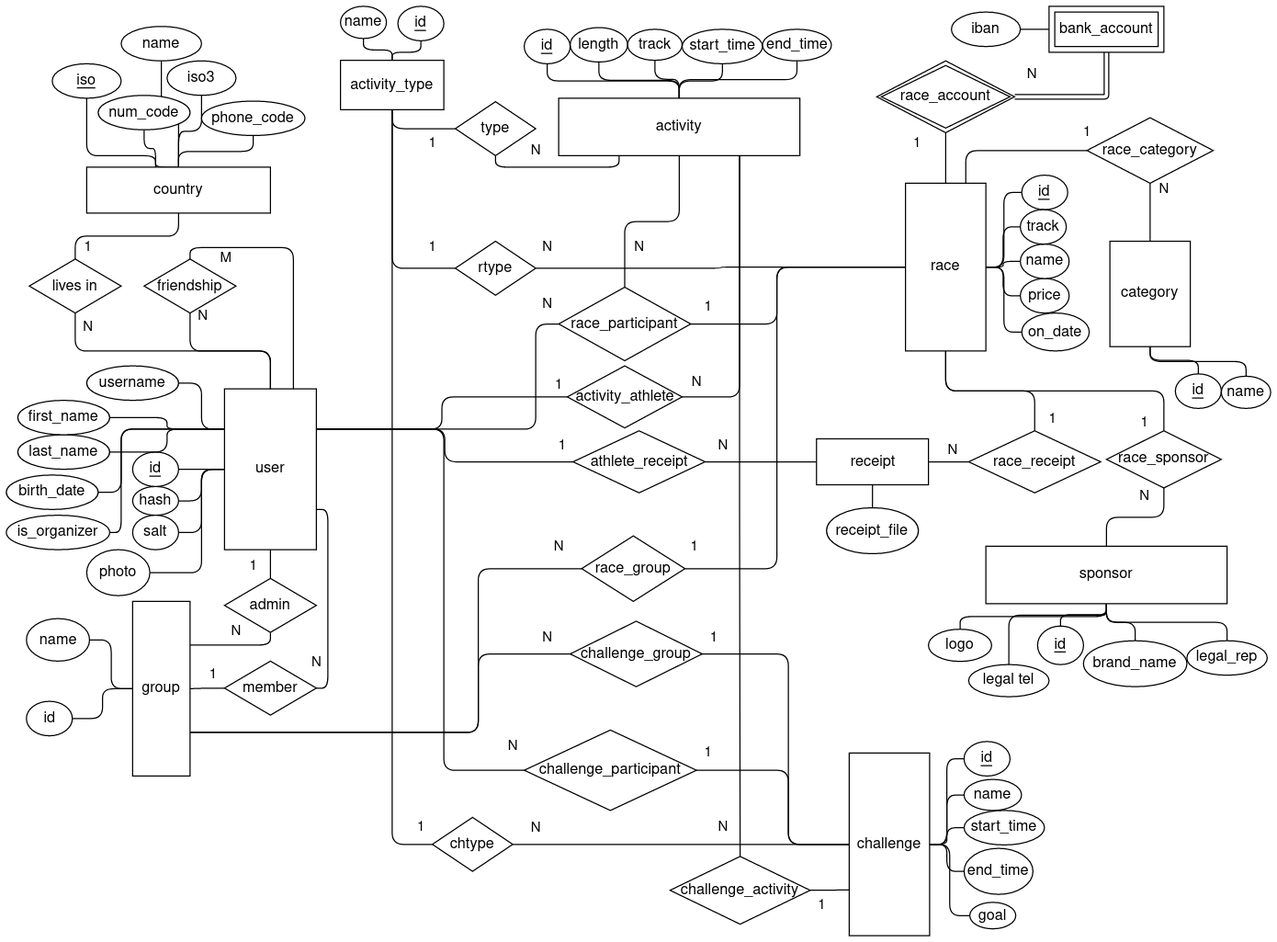
The draw.io diagram docs/imgs/diagramas-Conceptual.png in itcr3442/CE3101-StraviaTec, before a commit. Source tidied: cells renumbered, new cells last; positions are measured from the earlier drawing's top-left corner, leaving out a move shared by most shapes.
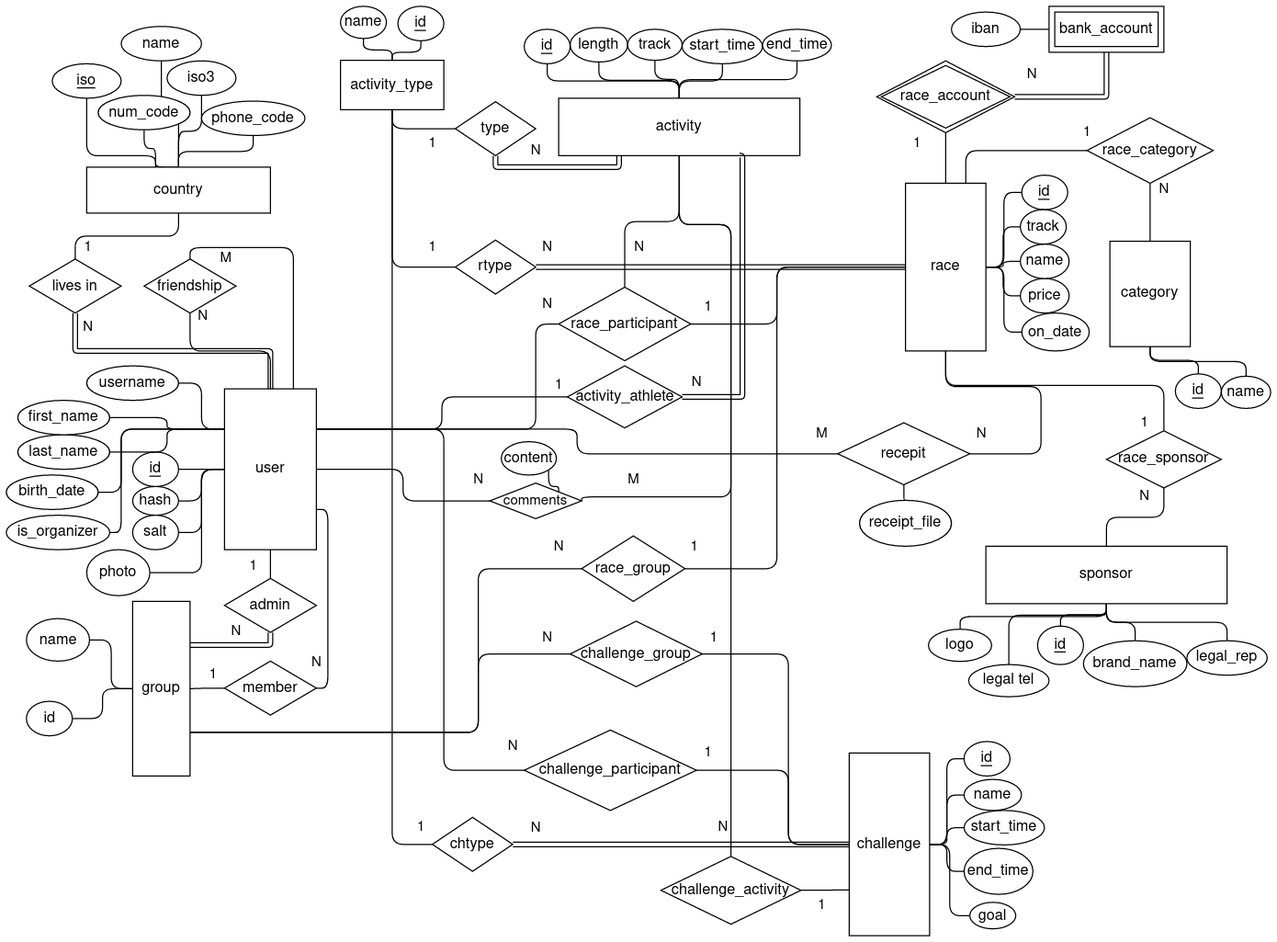
Above is the later version.

Commit message:
add conceptual model mapping doc

Diff of the diagram source:
```diff
@@ -21,6 +21,9 @@
         </Array>
       </mxGeometry>
     </mxCell>
+    <mxCell id="189" style="edgeStyle=orthogonalEdgeStyle;html=1;exitX=1;exitY=0.5;exitDx=0;exitDy=0;entryX=0;entryY=0.5;entryDx=0;entryDy=0;endArrow=none;endFill=0;" parent="1" edge="1" source="5" target="193">
+      <mxGeometry relative="1" as="geometry" />
+    </mxCell>
     <mxCell id="5" value="user" style="rounded=0;whiteSpace=wrap;html=1;fontSize=13;" parent="1" vertex="1">
       <mxGeometry x="190" y="333" width="80" height="140" as="geometry" />
     </mxCell>
@@ -175,7 +178,7 @@
     <mxCell id="48" value="country" style="rounded=0;whiteSpace=wrap;html=1;fontSize=13;" parent="1" vertex="1">
       <mxGeometry x="70" y="140" width="160" height="40" as="geometry" />
     </mxCell>
-    <mxCell id="49" style="edgeStyle=orthogonalEdgeStyle;html=1;exitX=0.5;exitY=1;exitDx=0;exitDy=0;entryX=0.5;entryY=0;entryDx=0;entryDy=0;fontSize=13;endArrow=none;endFill=0;" parent="1" edge="1" source="50" target="5">
+    <mxCell id="49" style="edgeStyle=orthogonalEdgeStyle;html=1;exitX=0.5;exitY=1;exitDx=0;exitDy=0;entryX=0.5;entryY=0;entryDx=0;entryDy=0;fontSize=13;endArrow=none;endFill=0;shape=link;" parent="1" edge="1" source="50" target="5">
       <mxGeometry relative="1" as="geometry">
         <Array as="points">
           <mxPoint x="60" y="300" />
@@ -207,8 +210,13 @@
     <mxCell id="57" value="activity_type" style="rounded=0;whiteSpace=wrap;html=1;fontSize=13;" parent="1" vertex="1">
       <mxGeometry x="291" y="47" width="90" height="43" as="geometry" />
     </mxCell>
-    <mxCell id="58" style="edgeStyle=orthogonalEdgeStyle;html=1;exitX=0.75;exitY=1;exitDx=0;exitDy=0;entryX=0.5;entryY=0;entryDx=0;entryDy=0;fontSize=13;endArrow=none;endFill=0;" parent="1" edge="1" source="59" target="148">
-      <mxGeometry relative="1" as="geometry" />
+    <mxCell id="58" style="edgeStyle=orthogonalEdgeStyle;html=1;exitX=0.5;exitY=1;exitDx=0;exitDy=0;entryX=0.5;entryY=0;entryDx=0;entryDy=0;fontSize=13;endArrow=none;endFill=0;" parent="1" edge="1" source="59" target="148">
+      <mxGeometry relative="1" as="geometry">
+        <Array as="points">
+          <mxPoint x="586" y="190" />
+          <mxPoint x="631" y="190" />
+        </Array>
+      </mxGeometry>
     </mxCell>
     <mxCell id="59" value="activity" style="rounded=0;whiteSpace=wrap;html=1;fontSize=13;" parent="1" vertex="1">
       <mxGeometry x="481" y="80" width="210" height="50" as="geometry" />
@@ -235,11 +243,13 @@
     <mxCell id="63" value="sponsor" style="rounded=0;whiteSpace=wrap;html=1;fontSize=13;" parent="1" vertex="1">
       <mxGeometry x="853" y="470" width="210" height="50" as="geometry" />
     </mxCell>
-    <mxCell id="64" style="edgeStyle=orthogonalEdgeStyle;html=1;exitX=0.5;exitY=1;exitDx=0;exitDy=0;entryX=0.5;entryY=0;entryDx=0;entryDy=0;fontSize=13;endArrow=none;endFill=0;" parent="1" edge="1" source="66" target="130">
-      <mxGeometry relative="1" as="geometry" />
-    </mxCell>
     <mxCell id="65" style="edgeStyle=orthogonalEdgeStyle;html=1;exitX=0.5;exitY=1;exitDx=0;exitDy=0;entryX=0.5;entryY=0;entryDx=0;entryDy=0;fontSize=13;endArrow=none;endFill=0;" parent="1" edge="1" source="66" target="105">
-      <mxGeometry relative="1" as="geometry" />
+      <mxGeometry relative="1" as="geometry">
+        <Array as="points">
+          <mxPoint x="818" y="330" />
+          <mxPoint x="1008" y="330" />
+        </Array>
+      </mxGeometry>
     </mxCell>
     <mxCell id="66" value="race" style="rounded=0;whiteSpace=wrap;html=1;fontSize=13;" parent="1" vertex="1">
       <mxGeometry x="783" y="154" width="70" height="146" as="geometry" />
@@ -250,15 +260,6 @@
     <mxCell id="68" value="challenge" style="rounded=0;whiteSpace=wrap;html=1;fontSize=13;" parent="1" vertex="1">
       <mxGeometry x="734" y="650" width="70" height="159" as="geometry" />
     </mxCell>
-    <mxCell id="69" style="edgeStyle=orthogonalEdgeStyle;html=1;exitX=1;exitY=0.5;exitDx=0;exitDy=0;entryX=0;entryY=0.5;entryDx=0;entryDy=0;fontSize=13;endArrow=none;endFill=0;" parent="1" edge="1" source="71" target="130">
-      <mxGeometry relative="1" as="geometry" />
-    </mxCell>
-    <mxCell id="70" style="edgeStyle=orthogonalEdgeStyle;html=1;exitX=0;exitY=0.5;exitDx=0;exitDy=0;entryX=1;entryY=0.5;entryDx=0;entryDy=0;fontSize=13;endArrow=none;endFill=0;" parent="1" edge="1" source="71" target="132">
-      <mxGeometry relative="1" as="geometry" />
-    </mxCell>
-    <mxCell id="71" value="receipt" style="rounded=0;whiteSpace=wrap;html=1;fontSize=13;" parent="1" vertex="1">
-      <mxGeometry x="705.5" y="376.5" width="97.5" height="40" as="geometry" />
-    </mxCell>
     <mxCell id="72" style="edgeStyle=orthogonalEdgeStyle;html=1;exitX=0.5;exitY=1;exitDx=0;exitDy=0;entryX=0.5;entryY=0;entryDx=0;entryDy=0;fontSize=13;endArrow=none;endFill=0;" parent="1" edge="1" source="73" target="57">
       <mxGeometry relative="1" as="geometry" />
     </mxCell>
@@ -301,7 +302,7 @@
     <mxCell id="85" value="name" style="ellipse;whiteSpace=wrap;html=1;fontSize=13;" parent="1" vertex="1">
       <mxGeometry x="17.5" y="533" width="55" height="37" as="geometry" />
     </mxCell>
-    <mxCell id="86" style="edgeStyle=orthogonalEdgeStyle;html=1;exitX=0.5;exitY=1;exitDx=0;exitDy=0;entryX=1;entryY=0.25;entryDx=0;entryDy=0;fontSize=13;endArrow=none;endFill=0;" parent="1" edge="1" source="88" target="62">
+    <mxCell id="86" style="edgeStyle=orthogonalEdgeStyle;html=1;exitX=0.5;exitY=1;exitDx=0;exitDy=0;entryX=1;entryY=0.25;entryDx=0;entryDy=0;fontSize=13;endArrow=none;endFill=0;shape=link;" parent="1" edge="1" source="88" target="62">
       <mxGeometry relative="1" as="geometry" />
     </mxCell>
     <mxCell id="87" style="edgeStyle=orthogonalEdgeStyle;html=1;exitX=0.5;exitY=0;exitDx=0;exitDy=0;entryX=0.5;entryY=1;entryDx=0;entryDy=0;fontSize=13;endArrow=none;endFill=0;" parent="1" edge="1" source="88" target="5">
@@ -310,7 +311,7 @@
     <mxCell id="88" value="admin" style="rhombus;whiteSpace=wrap;html=1;fontSize=13;" parent="1" vertex="1">
       <mxGeometry x="190" y="498" width="80" height="47" as="geometry" />
     </mxCell>
-    <mxCell id="89" style="edgeStyle=orthogonalEdgeStyle;html=1;exitX=0.5;exitY=1;exitDx=0;exitDy=0;entryX=0.25;entryY=1;entryDx=0;entryDy=0;fontSize=13;endArrow=none;endFill=0;" parent="1" edge="1" source="90" target="59">
+    <mxCell id="89" style="edgeStyle=orthogonalEdgeStyle;html=1;exitX=0.5;exitY=1;exitDx=0;exitDy=0;entryX=0.25;entryY=1;entryDx=0;entryDy=0;fontSize=13;endArrow=none;endFill=0;shape=link;" parent="1" edge="1" source="90" target="59">
       <mxGeometry relative="1" as="geometry" />
     </mxCell>
     <mxCell id="90" value="type" style="rhombus;whiteSpace=wrap;html=1;fontSize=13;" parent="1" vertex="1">
@@ -371,11 +372,11 @@
     <mxCell id="105" value="race_sponsor" style="shape=rhombus;perimeter=rhombusPerimeter;whiteSpace=wrap;html=1;align=center;shadow=0;fontSize=13;strokeColor=default;gradientColor=none;" parent="1" vertex="1">
       <mxGeometry x="958" y="369.5" width="100" height="49.8" as="geometry" />
     </mxCell>
-    <mxCell id="106" style="edgeStyle=orthogonalEdgeStyle;html=1;exitX=1;exitY=0.5;exitDx=0;exitDy=0;entryX=0;entryY=0.5;entryDx=0;entryDy=0;fontSize=13;endArrow=none;endFill=0;" parent="1" edge="1" source="107" target="66">
+    <mxCell id="106" style="edgeStyle=orthogonalEdgeStyle;html=1;exitX=1;exitY=0.5;exitDx=0;exitDy=0;entryX=0;entryY=0.5;entryDx=0;entryDy=0;fontSize=13;endArrow=none;endFill=0;shape=link;" parent="1" edge="1" source="107" target="66">
       <mxGeometry relative="1" as="geometry" />
     </mxCell>
     <mxCell id="107" value="rtype" style="rhombus;whiteSpace=wrap;html=1;fontSize=13;" parent="1" vertex="1">
-      <mxGeometry x="391" y="204.5" width="70" height="47" as="geometry" />
+      <mxGeometry x="391" y="203.5" width="70" height="47" as="geometry" />
     </mxCell>
     <mxCell id="108" style="edgeStyle=orthogonalEdgeStyle;html=1;exitX=0;exitY=0.5;exitDx=0;exitDy=0;entryX=1;entryY=0.5;entryDx=0;entryDy=0;fontSize=13;endArrow=none;endFill=0;" parent="1" edge="1" source="109" target="66">
       <mxGeometry relative="1" as="geometry" />
@@ -383,11 +384,11 @@
     <mxCell id="109" value="&lt;u&gt;id&lt;/u&gt;" style="ellipse;whiteSpace=wrap;html=1;fontSize=13;" parent="1" vertex="1">
       <mxGeometry x="884.2" y="147" width="40" height="30" as="geometry" />
     </mxCell>
-    <mxCell id="110" style="edgeStyle=orthogonalEdgeStyle;html=1;exitX=0.5;exitY=0;exitDx=0;exitDy=0;entryX=0.5;entryY=1;entryDx=0;entryDy=0;fontSize=13;endArrow=none;endFill=0;" parent="1" edge="1" source="111" target="71">
+    <mxCell id="110" style="edgeStyle=orthogonalEdgeStyle;html=1;exitX=0.5;exitY=0;exitDx=0;exitDy=0;entryX=0.5;entryY=1;entryDx=0;entryDy=0;fontSize=13;endArrow=none;endFill=0;" parent="1" edge="1" source="111" target="132">
       <mxGeometry relative="1" as="geometry" />
     </mxCell>
     <mxCell id="111" value="receipt_file" style="ellipse;whiteSpace=wrap;html=1;fontSize=13;" parent="1" vertex="1">
-      <mxGeometry x="714.2" y="436.5" width="80" height="40" as="geometry" />
+      <mxGeometry x="743" y="430" width="80" height="40" as="geometry" />
     </mxCell>
     <mxCell id="112" style="edgeStyle=orthogonalEdgeStyle;html=1;exitX=0;exitY=0.5;exitDx=0;exitDy=0;entryX=1;entryY=0.5;entryDx=0;entryDy=0;fontSize=13;endArrow=none;endFill=0;" parent="1" edge="1" source="113" target="68">
       <mxGeometry relative="1" as="geometry" />
@@ -436,7 +437,7 @@
     <mxCell id="125" value="end_time" style="ellipse;whiteSpace=wrap;html=1;fontSize=13;" parent="1" vertex="1">
       <mxGeometry x="834" y="733" width="60" height="40" as="geometry" />
     </mxCell>
-    <mxCell id="126" style="edgeStyle=orthogonalEdgeStyle;html=1;exitX=1;exitY=0.5;exitDx=0;exitDy=0;entryX=0;entryY=0.5;entryDx=0;entryDy=0;fontSize=13;endArrow=none;endFill=0;" parent="1" edge="1" source="127" target="68">
+    <mxCell id="126" style="edgeStyle=orthogonalEdgeStyle;html=1;exitX=1;exitY=0.5;exitDx=0;exitDy=0;entryX=0;entryY=0.5;entryDx=0;entryDy=0;fontSize=13;endArrow=none;endFill=0;shape=link;" parent="1" edge="1" source="127" target="68">
       <mxGeometry relative="1" as="geometry" />
     </mxCell>
     <mxCell id="127" value="chtype" style="rhombus;whiteSpace=wrap;html=1;fontSize=13;" parent="1" vertex="1">
@@ -453,14 +454,20 @@
     <mxCell id="129" value="challenge_group" style="shape=rhombus;perimeter=rhombusPerimeter;whiteSpace=wrap;html=1;align=center;shadow=0;fontSize=13;strokeColor=default;gradientColor=none;" parent="1" vertex="1">
       <mxGeometry x="491" y="535.2" width="115" height="57" as="geometry" />
     </mxCell>
-    <mxCell id="130" value="race_receipt" style="rhombus;whiteSpace=wrap;html=1;fontSize=13;" parent="1" vertex="1">
-      <mxGeometry x="838" y="369.5" width="115" height="54" as="geometry" />
-    </mxCell>
     <mxCell id="131" style="edgeStyle=orthogonalEdgeStyle;html=1;exitX=0;exitY=0.5;exitDx=0;exitDy=0;entryX=1;entryY=0.25;entryDx=0;entryDy=0;fontSize=13;endArrow=none;endFill=0;" parent="1" edge="1" source="132" target="5">
       <mxGeometry relative="1" as="geometry" />
     </mxCell>
+    <mxCell id="190" style="edgeStyle=orthogonalEdgeStyle;html=1;exitX=1;exitY=0.5;exitDx=0;exitDy=0;entryX=0.5;entryY=1;entryDx=0;entryDy=0;endArrow=none;endFill=0;" parent="1" edge="1" source="132" target="66">
+      <mxGeometry relative="1" as="geometry">
+        <Array as="points">
+          <mxPoint x="901" y="390" />
+          <mxPoint x="901" y="331" />
+          <mxPoint x="818" y="331" />
+        </Array>
+      </mxGeometry>
+    </mxCell>
-    <mxCell id="132" value="athlete_receipt" style="rhombus;whiteSpace=wrap;html=1;fontSize=13;" parent="1" vertex="1">
-      <mxGeometry x="493.5" y="369.5" width="115" height="54" as="geometry" />
+    <mxCell id="132" value="recepit" style="rhombus;whiteSpace=wrap;html=1;fontSize=13;" parent="1" vertex="1">
+      <mxGeometry x="724" y="362.5" width="115" height="54" as="geometry" />
     </mxCell>
     <mxCell id="133" style="edgeStyle=orthogonalEdgeStyle;html=1;exitX=0.5;exitY=0;exitDx=0;exitDy=0;entryX=0.5;entryY=1;entryDx=0;entryDy=0;fontSize=13;endArrow=none;endFill=0;" parent="1" edge="1" source="135" target="59">
       <mxGeometry relative="1" as="geometry" />
@@ -518,7 +525,7 @@
       <mxGeometry x="941" y="97" width="110" height="57" as="geometry" />
     </mxCell>
     <mxCell id="148" value="challenge_activity" style="shape=rhombus;perimeter=rhombusPerimeter;whiteSpace=wrap;html=1;align=center;shadow=0;fontSize=13;strokeColor=default;gradientColor=none;" parent="1" vertex="1">
-      <mxGeometry x="578" y="740" width="122" height="59" as="geometry" />
+      <mxGeometry x="570" y="740" width="122" height="59" as="geometry" />
     </mxCell>
     <mxCell id="149" value="N" style="text;html=1;align=center;verticalAlign=middle;strokeColor=none;fillColor=none;" parent="1" vertex="1">
       <mxGeometry x="161" y="260" width="20" height="20" as="geometry" />
@@ -577,18 +584,9 @@
     <mxCell id="167" value="1" style="text;html=1;align=center;verticalAlign=middle;strokeColor=none;fillColor=none;" parent="1" vertex="1">
       <mxGeometry x="588.5" y="461" width="20" height="20" as="geometry" />
     </mxCell>
-    <mxCell id="168" value="1" style="text;html=1;align=center;verticalAlign=middle;strokeColor=none;fillColor=none;" parent="1" vertex="1">
-      <mxGeometry x="473.5" y="373" width="20" height="20" as="geometry" />
-    </mxCell>
     <mxCell id="169" value="N" style="text;html=1;align=center;verticalAlign=middle;strokeColor=none;fillColor=none;" parent="1" vertex="1">
-      <mxGeometry x="613.5" y="373" width="20" height="20" as="geometry" />
+      <mxGeometry x="839" y="362.5" width="20" height="20" as="geometry" />
     </mxCell>
-    <mxCell id="170" value="N" style="text;html=1;align=center;verticalAlign=middle;strokeColor=none;fillColor=none;" parent="1" vertex="1">
-      <mxGeometry x="814" y="376.5" width="20" height="20" as="geometry" />
-    </mxCell>
-    <mxCell id="171" value="1" style="text;html=1;align=center;verticalAlign=middle;strokeColor=none;fillColor=none;" parent="1" vertex="1">
-      <mxGeometry x="901" y="350" width="20" height="20" as="geometry" />
-    </mxCell>
     <mxCell id="172" value="1" style="text;html=1;align=center;verticalAlign=middle;strokeColor=none;fillColor=none;" parent="1" vertex="1">
       <mxGeometry x="931" y="100" width="20" height="20" as="geometry" />
     </mxCell>
@@ -616,8 +614,13 @@
     <mxCell id="180" style="edgeStyle=orthogonalEdgeStyle;html=1;exitX=0;exitY=0.5;exitDx=0;exitDy=0;entryX=1;entryY=0.25;entryDx=0;entryDy=0;endArrow=none;endFill=0;" parent="1" edge="1" source="182" target="5">
       <mxGeometry relative="1" as="geometry" />
     </mxCell>
-    <mxCell id="181" style="edgeStyle=orthogonalEdgeStyle;html=1;exitX=1;exitY=0.5;exitDx=0;exitDy=0;entryX=0.75;entryY=1;entryDx=0;entryDy=0;endArrow=none;endFill=0;" parent="1" edge="1" source="182" target="59">
-      <mxGeometry relative="1" as="geometry" />
+    <mxCell id="181" style="edgeStyle=orthogonalEdgeStyle;html=1;exitX=1;exitY=0.5;exitDx=0;exitDy=0;entryX=0.75;entryY=1;entryDx=0;entryDy=0;endArrow=none;endFill=0;shape=link;" parent="1" edge="1" source="182" target="59">
+      <mxGeometry relative="1" as="geometry">
+        <Array as="points">
+          <mxPoint x="641" y="340" />
+          <mxPoint x="641" y="130" />
+        </Array>
+      </mxGeometry>
     </mxCell>
     <mxCell id="182" value="activity_athlete" style="shape=rhombus;perimeter=rhombusPerimeter;whiteSpace=wrap;html=1;align=center;shadow=0;fontSize=13;strokeColor=default;gradientColor=none;" parent="1" vertex="1">
       <mxGeometry x="488.5" y="313" width="100" height="54" as="geometry" />
@@ -640,5 +643,32 @@
     <mxCell id="188" value="N" style="text;html=1;align=center;verticalAlign=middle;strokeColor=none;fillColor=none;" parent="1" vertex="1">
       <mxGeometry x="981" y="416.5" width="20" height="20" as="geometry" />
     </mxCell>
+    <mxCell id="191" value="M" style="text;html=1;align=center;verticalAlign=middle;strokeColor=none;fillColor=none;" parent="1" vertex="1">
+      <mxGeometry x="695" y="362.5" width="30" height="20" as="geometry" />
+    </mxCell>
+    <mxCell id="192" style="edgeStyle=orthogonalEdgeStyle;html=1;exitX=1;exitY=0.5;exitDx=0;exitDy=0;entryX=0.5;entryY=1;entryDx=0;entryDy=0;endArrow=none;endFill=0;" parent="1" edge="1" source="193" target="59">
+      <mxGeometry relative="1" as="geometry">
+        <Array as="points">
+          <mxPoint x="631" y="427" />
+          <mxPoint x="631" y="190" />
+          <mxPoint x="586" y="190" />
+        </Array>
+      </mxGeometry>
+    </mxCell>
+    <mxCell id="193" value="comments" style="shape=rhombus;perimeter=rhombusPerimeter;whiteSpace=wrap;html=1;align=center;" parent="1" vertex="1">
+      <mxGeometry x="421" y="415" width="80" height="31" as="geometry" />
+    </mxCell>
+    <mxCell id="194" value="M" style="text;html=1;align=center;verticalAlign=middle;strokeColor=none;fillColor=none;" parent="1" vertex="1">
+      <mxGeometry x="531" y="403" width="30" height="20" as="geometry" />
+    </mxCell>
+    <mxCell id="170" value="N" style="text;html=1;align=center;verticalAlign=middle;strokeColor=none;fillColor=none;" parent="1" vertex="1">
+      <mxGeometry x="401" y="403" width="20" height="20" as="geometry" />
+    </mxCell>
+    <mxCell id="195" style="edgeStyle=orthogonalEdgeStyle;html=1;exitX=1;exitY=1;exitDx=0;exitDy=0;entryX=1;entryY=0;entryDx=0;entryDy=0;endArrow=none;endFill=0;" parent="1" edge="1" source="196" target="193">
+      <mxGeometry relative="1" as="geometry" />
+    </mxCell>
+    <mxCell id="196" value="content" style="ellipse;whiteSpace=wrap;html=1;fontSize=13;" parent="1" vertex="1">
+      <mxGeometry x="431" y="379" width="48" height="29" as="geometry" />
+    </mxCell>
   </root>
 </mxGraphModel>
```
